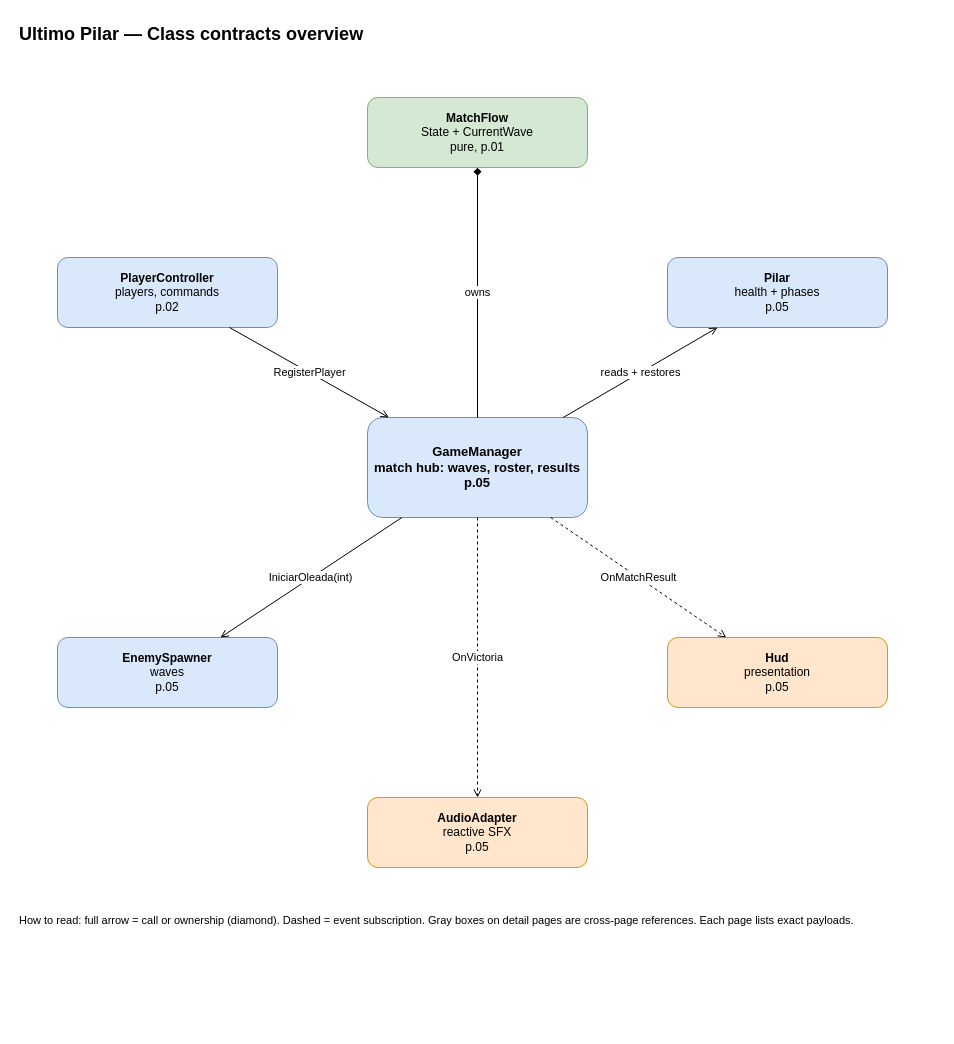
The draw.io diagram page "00 Overview" (1 of 6) of Documentacion/diagrama-de-clases.drawio in renzo23rc/ElUltimoPilar, before the edit. Source tidied: cells renumbered, new cells numbered last; positions are measured from the earlier drawing's top-left corner, leaving out a move shared by most shapes. Both pictures are drawn from the tidied source at 100%, with x=0, y=0 at pixel (17, 17).
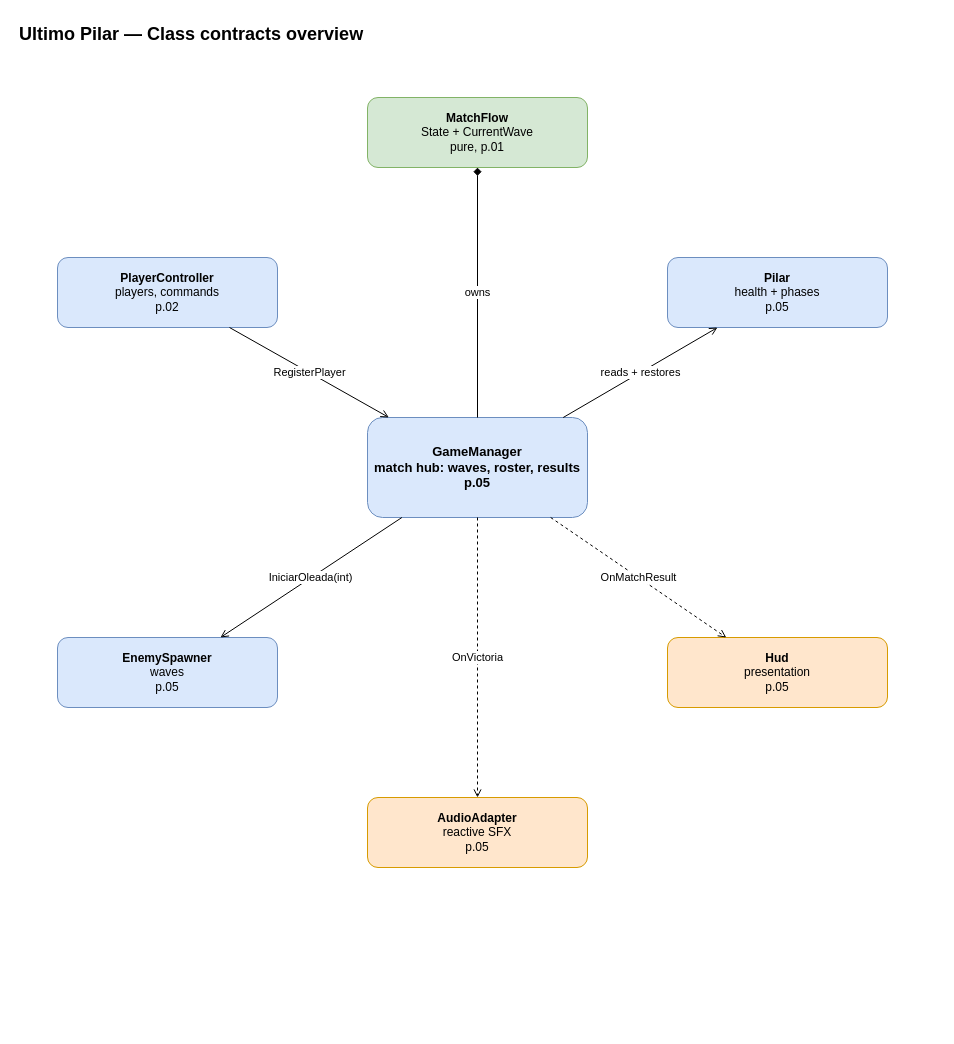
After the change.

Diff of the diagram source:
```diff
@@
 <mxGraphModel>
   <root>
     <mxCell id="0" />
     <mxCell id="1" parent="0" />
     <mxCell id="2" value="Ultimo Pilar — Class contracts overview" style="text;html=1;fontSize=18;fontStyle=1;align=left;" parent="1" vertex="1">
       <mxGeometry width="700" height="30" as="geometry" />
     </mxCell>
     <mxCell id="3" value="&lt;b&gt;MatchFlow&lt;/b&gt;&lt;br&gt;State + CurrentWave&lt;br&gt;pure, p.01" style="rounded=1;whiteSpace=wrap;html=1;fillColor=#D5E8D4;strokeColor=#82B366;fontSize=12;" parent="1" vertex="1">
       <mxGeometry x="350" y="80" width="220" height="70" as="geometry" />
     </mxCell>
     <mxCell id="4" value="&lt;b&gt;PlayerController&lt;/b&gt;&lt;br&gt;players, commands&lt;br&gt;p.02" style="rounded=1;whiteSpace=wrap;html=1;fillColor=#DAE8FC;strokeColor=#6C8EBF;fontSize=12;" parent="1" vertex="1">
       <mxGeometry x="40" y="240" width="220" height="70" as="geometry" />
     </mxCell>
     <mxCell id="5" value="&lt;b&gt;Pilar&lt;/b&gt;&lt;br&gt;health + phases&lt;br&gt;p.05" style="rounded=1;whiteSpace=wrap;html=1;fillColor=#DAE8FC;strokeColor=#6C8EBF;fontSize=12;" parent="1" vertex="1">
       <mxGeometry x="650" y="240" width="220" height="70" as="geometry" />
     </mxCell>
     <mxCell id="6" value="&lt;b&gt;GameManager&lt;/b&gt;&lt;br&gt;match hub: waves, roster, results&lt;br&gt;p.05" style="rounded=1;whiteSpace=wrap;html=1;fillColor=#DAE8FC;strokeColor=#6C8EBF;fontSize=13;fontStyle=1;" parent="1" vertex="1">
       <mxGeometry x="350" y="400" width="220" height="100" as="geometry" />
     </mxCell>
     <mxCell id="7" value="&lt;b&gt;EnemySpawner&lt;/b&gt;&lt;br&gt;waves&lt;br&gt;p.05" style="rounded=1;whiteSpace=wrap;html=1;fillColor=#DAE8FC;strokeColor=#6C8EBF;fontSize=12;" parent="1" vertex="1">
       <mxGeometry x="40" y="620" width="220" height="70" as="geometry" />
     </mxCell>
     <mxCell id="8" value="&lt;b&gt;Hud&lt;/b&gt;&lt;br&gt;presentation&lt;br&gt;p.05" style="rounded=1;whiteSpace=wrap;html=1;fillColor=#FFE6CC;strokeColor=#D79B00;fontSize=12;" parent="1" vertex="1">
       <mxGeometry x="650" y="620" width="220" height="70" as="geometry" />
     </mxCell>
     <mxCell id="9" value="&lt;b&gt;AudioAdapter&lt;/b&gt;&lt;br&gt;reactive SFX&lt;br&gt;p.05" style="rounded=1;whiteSpace=wrap;html=1;fillColor=#FFE6CC;strokeColor=#D79B00;fontSize=12;" parent="1" vertex="1">
       <mxGeometry x="350" y="780" width="220" height="70" as="geometry" />
     </mxCell>
     <mxCell id="10" value="owns" style="endArrow=diamond;endFill=1;html=1;labelBackgroundColor=#ffffff;" parent="1" edge="1" source="6" target="3">
       <mxGeometry relative="1" as="geometry" />
     </mxCell>
     <mxCell id="11" value="RegisterPlayer" style="endArrow=open;html=1;labelBackgroundColor=#ffffff;" parent="1" edge="1" source="4" target="6">
       <mxGeometry relative="1" as="geometry" />
     </mxCell>
     <mxCell id="12" value="reads + restores" style="endArrow=open;html=1;labelBackgroundColor=#ffffff;" parent="1" edge="1" source="6" target="5">
       <mxGeometry relative="1" as="geometry" />
     </mxCell>
     <mxCell id="13" value="IniciarOleada(int)" style="endArrow=open;html=1;labelBackgroundColor=#ffffff;" parent="1" edge="1" source="6" target="7">
       <mxGeometry relative="1" as="geometry" />
     </mxCell>
     <mxCell id="14" value="OnMatchResult" style="dashed=1;endArrow=open;html=1;labelBackgroundColor=#ffffff;" parent="1" edge="1" source="6" target="8">
       <mxGeometry relative="1" as="geometry" />
     </mxCell>
     <mxCell id="15" value="OnVictoria" style="dashed=1;endArrow=open;html=1;labelBackgroundColor=#ffffff;" parent="1" edge="1" source="6" target="9">
       <mxGeometry relative="1" as="geometry" />
     </mxCell>
-    <mxCell id="16" value="How to read: full arrow = call or ownership (diamond). Dashed = event subscription. Gray boxes on detail pages are cross-page references. Each page lists exact payloads." style="text;html=1;fontSize=11;align=left;" parent="1" vertex="1">
-      <mxGeometry y="890" width="920" height="120" as="geometry" />
-    </mxCell>
   </root>
 </mxGraphModel>
```
